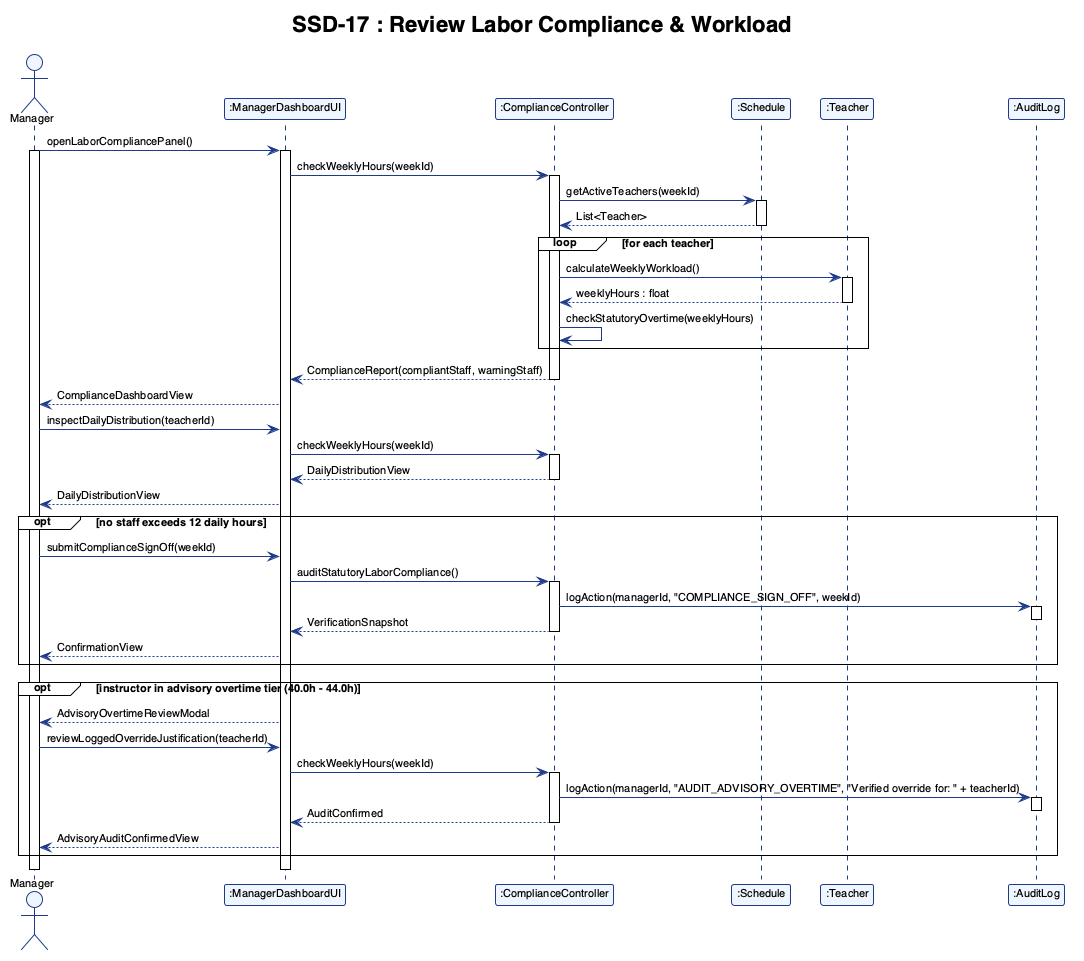
The PlantUML diagram report/assets/ssd_17.png in adoreblvnk/2001temp, before a commit.
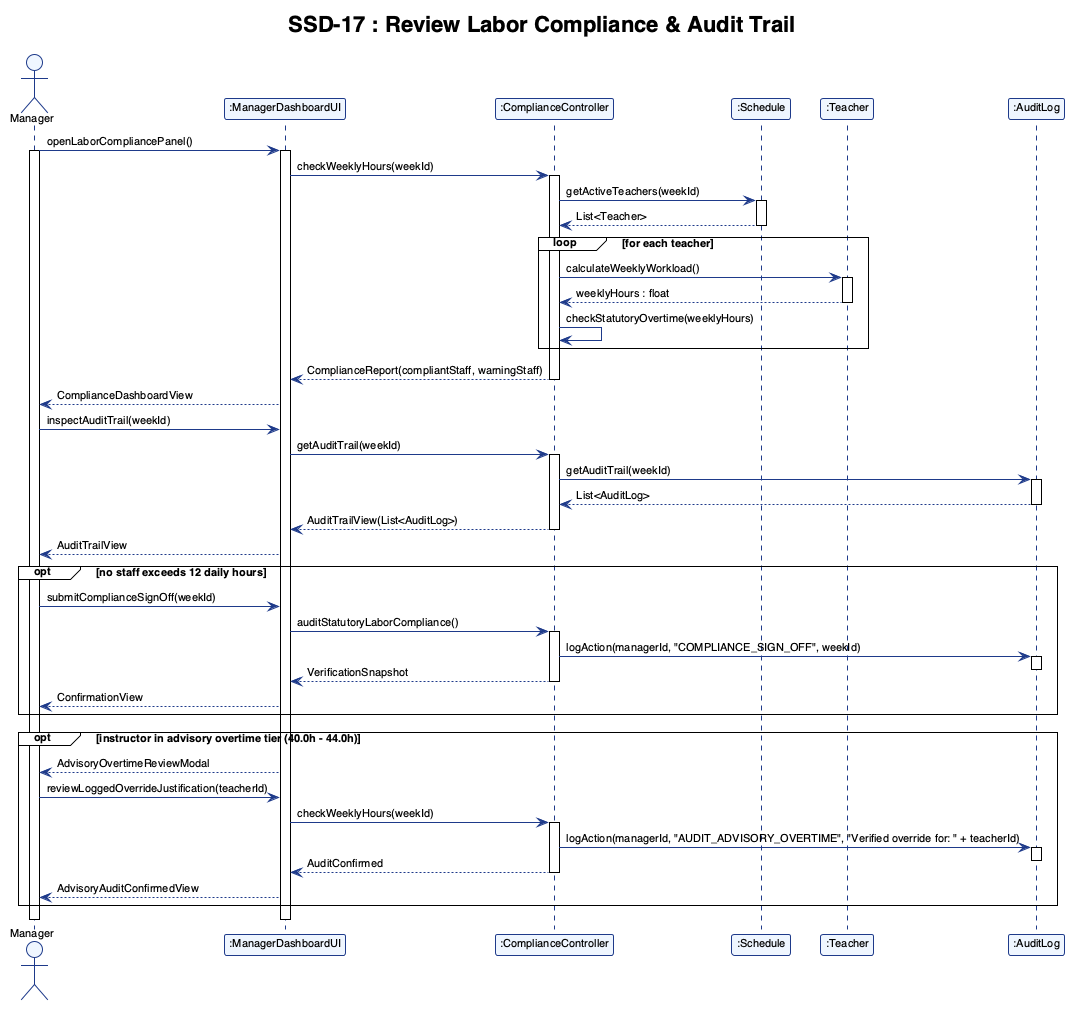
The same diagram one commit later.

Diff of the diagram source:
```diff
@@ -13,7 +13,7 @@
     ActorBackgroundColor #EFF6FF
 }
 
-title SSD-17 : Review Labor Compliance & Workload
+title SSD-17 : Review Labor Compliance & Audit Trail
 
 actor "Manager" as Manager
 participant ":ManagerDashboardUI" as UI
@@ -45,13 +45,16 @@
 deactivate ComplianceController
 UI --> Manager : ComplianceDashboardView
 
-Manager -> UI : inspectDailyDistribution(teacherId)
-UI -> ComplianceController : checkWeeklyHours(weekId)
+Manager -> UI : inspectAuditTrail(weekId)
+UI -> ComplianceController : getAuditTrail(weekId)
 activate ComplianceController
-ComplianceController --> UI : DailyDistributionView
+ComplianceController -> AuditLog : getAuditTrail(weekId)
+activate AuditLog
+AuditLog --> ComplianceController : List<AuditLog>
+deactivate AuditLog
+ComplianceController --> UI : AuditTrailView(List<AuditLog>)
 deactivate ComplianceController
-UI --> Manager : DailyDistributionView
-
+UI --> Manager : AuditTrailView
 opt no staff exceeds 12 daily hours
     Manager -> UI : submitComplianceSignOff(weekId)
     UI -> ComplianceController : auditStatutoryLaborCompliance()
```
